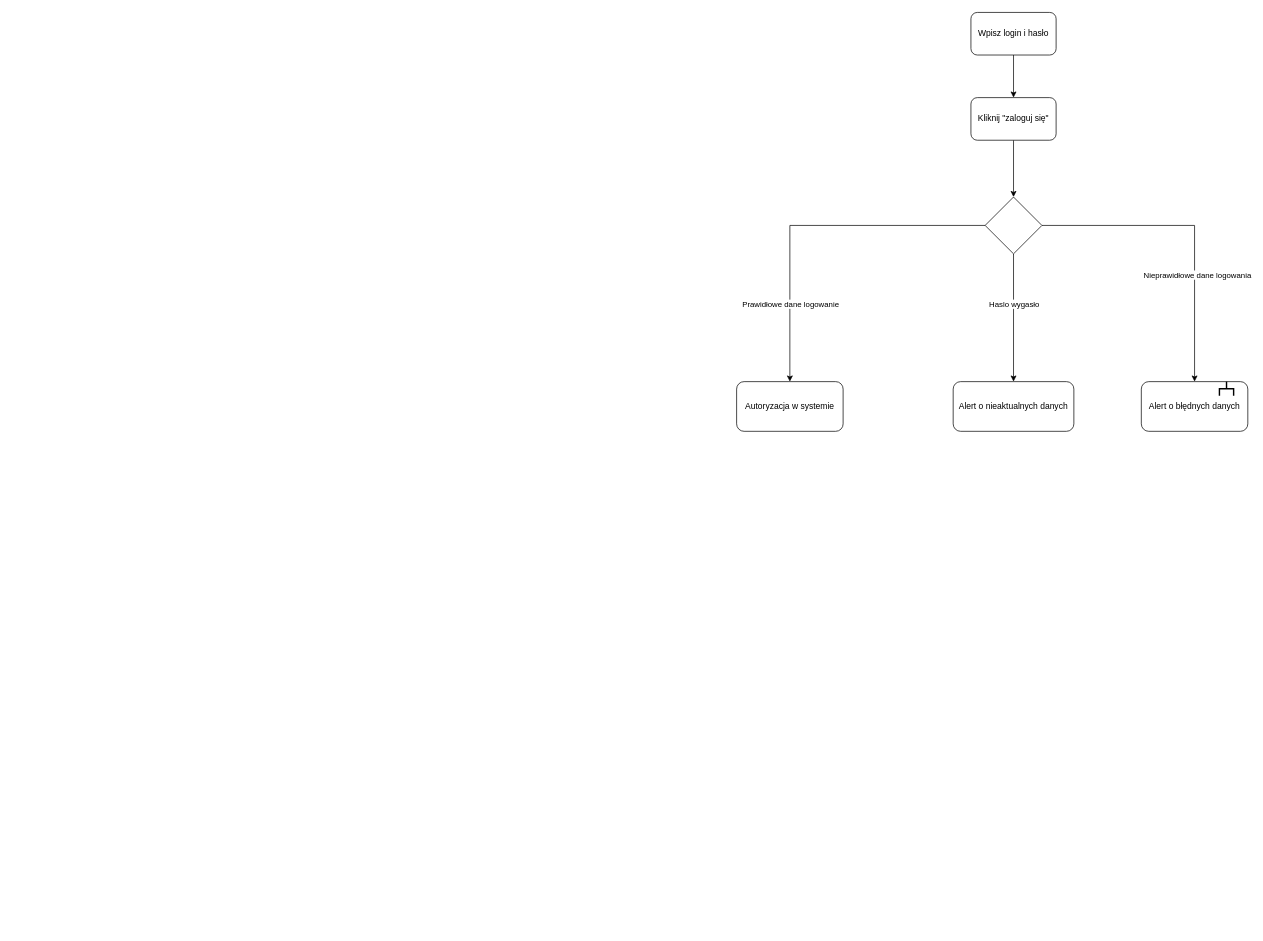
Before: koncowy_diagram czynności.drawio in JuliaZofiaCodes/ASI, a draw.io diagram. Source tidied: cells renumbered, new cells numbered last; positions are measured from the earlier drawing's top-left corner, leaving out a move shared by most shapes. Both pictures are drawn from the tidied source at 71%, with x=0, y=0 at pixel (736, 12).
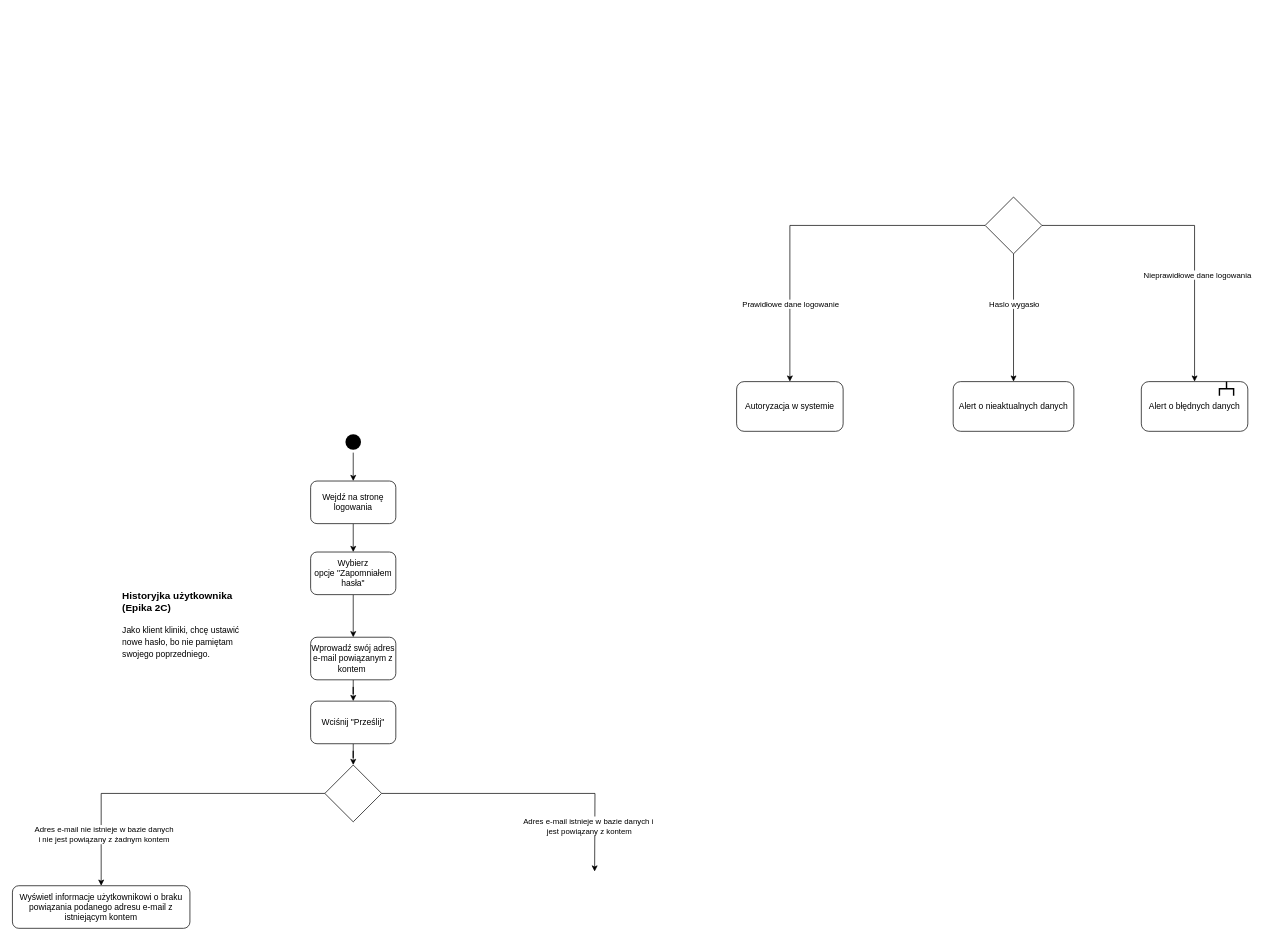
The same page after the edit.

The change refers to these unchanged cells:
```xml
<mxCell id="10" style="rhombus;whiteSpace=wrap;html=1;" parent="1" vertex="1">
  <mxGeometry x="350" y="260" width="80" height="80" as="geometry" />
</mxCell>
```

Diff of the diagram source:
```diff
@@
-    <mxCell id="2" style="edgeStyle=orthogonalEdgeStyle;rounded=0;jettySize=auto;html=1;" parent="1" edge="1" source="3" target="10">
-      <mxGeometry relative="1" as="geometry" />
-    </mxCell>
+    <mxCell id="17" style="edgeStyle=orthogonalEdgeStyle;rounded=0;jettySize=auto;html=1;" parent="1" edge="1" source="3" target="22">
+      <mxGeometry relative="1" as="geometry" />
+    </mxCell>
-    <mxCell id="3" value="Kliknij &quot;zaloguj się&quot;" style="rounded=1;whiteSpace=wrap;html=1;" parent="1" vertex="1">
-      <mxGeometry x="330" y="120" width="120" height="60" as="geometry" />
+    <mxCell id="3" value="Wprowadź swój adres e-mail&amp;nbsp;powiązanym z kontem&amp;nbsp;" style="rounded=1;whiteSpace=wrap;html=1;" parent="1" vertex="1">
+      <mxGeometry x="-600" y="880" width="120" height="60" as="geometry" />
     </mxCell>
@@
-    <mxCell id="16" value="Wpisz login i hasło" style="rounded=1;whiteSpace=wrap;html=1;" parent="1" vertex="1">
-      <mxGeometry x="330" width="120" height="60" as="geometry" />
+    <mxCell id="16" value="Wybierz opcje&amp;nbsp;&quot;Zapomniałem hasła&quot;" style="rounded=1;whiteSpace=wrap;html=1;" parent="1" vertex="1">
+      <mxGeometry x="-600" y="760" width="120" height="60" as="geometry" />
     </mxCell>
+    <mxCell id="18" value="&lt;h3&gt;Historyjka użytkownika (Epika 2C)&lt;/h3&gt;&lt;h3&gt;&lt;span style=&quot;text-indent: -18pt; background: initial; font-size: 12px; font-weight: normal; font-family: Calibri, sans-serif;&quot;&gt;Jako klient kliniki, chcę ustawić&lt;br/&gt;nowe hasło, bo nie pamiętam swojego poprzedniego.&lt;/span&gt;&lt;/h3&gt;" style="text;html=1;strokeColor=none;fillColor=none;spacing=5;spacingTop=-20;whiteSpace=wrap;overflow=hidden;rounded=0;" parent="1" vertex="1">
+      <mxGeometry x="-870" y="810" width="190" height="120" as="geometry" />
+    </mxCell>
+    <mxCell id="19" style="edgeStyle=orthogonalEdgeStyle;rounded=0;jettySize=auto;html=1;" parent="1" edge="1" source="20" target="16">
+      <mxGeometry relative="1" as="geometry" />
+    </mxCell>
+    <mxCell id="20" value="Wejdź na stronę logowania" style="rounded=1;whiteSpace=wrap;html=1;" parent="1" vertex="1">
+      <mxGeometry x="-600" y="660" width="120" height="60" as="geometry" />
+    </mxCell>
+    <mxCell id="21" style="edgeStyle=orthogonalEdgeStyle;rounded=0;jettySize=auto;html=1;" parent="1" edge="1" source="22" target="27">
+      <mxGeometry relative="1" as="geometry" />
+    </mxCell>
+    <mxCell id="22" value="Wciśnij &quot;Prześlij&quot;" style="rounded=1;whiteSpace=wrap;html=1;" parent="1" vertex="1">
+      <mxGeometry x="-600" y="970" width="120" height="60" as="geometry" />
+    </mxCell>
+    <mxCell id="23" style="edgeStyle=orthogonalEdgeStyle;rounded=0;jettySize=auto;html=1;" parent="1" edge="1" source="27">
+      <mxGeometry relative="1" as="geometry">
+        <mxPoint x="-200" y="1210" as="targetPoint" />
+      </mxGeometry>
+    </mxCell>
+    <mxCell id="24" value="Adres e-mail istnieje w bazie danych i&lt;br&gt;&amp;nbsp;jest powiązany z kontem" style="edgeLabel;html=1;align=center;verticalAlign=middle;" parent="23" vertex="1">
+      <mxGeometry x="0.57" y="-3" relative="1" as="geometry">
+        <mxPoint x="-7" y="24" as="offset" />
+      </mxGeometry>
+    </mxCell>
+    <mxCell id="25" style="edgeStyle=orthogonalEdgeStyle;rounded=0;jettySize=auto;html=1;" parent="1" edge="1" source="27" target="28">
+      <mxGeometry relative="1" as="geometry" />
+    </mxCell>
+    <mxCell id="26" value="Adres e-mail nie istnieje w bazie danych&lt;br&gt;i nie jest powiązany z żadnym kontem" style="edgeLabel;html=1;align=center;verticalAlign=middle;" parent="25" vertex="1">
+      <mxGeometry x="0.67" y="3" relative="1" as="geometry" />
+    </mxCell>
+    <mxCell id="27" style="rhombus;whiteSpace=wrap;html=1;" parent="1" vertex="1">
+      <mxGeometry x="-580" y="1060" width="80" height="80" as="geometry" />
+    </mxCell>
+    <mxCell id="28" value="Wyświetl informacje użytkownikowi o braku powiązania podanego adresu e-mail z istniejącym kontem" style="rounded=1;whiteSpace=wrap;html=1;" parent="1" vertex="1">
+      <mxGeometry x="-1020" y="1230" width="250" height="60" as="geometry" />
+    </mxCell>
+    <mxCell id="29" style="edgeStyle=orthogonalEdgeStyle;rounded=0;jettySize=auto;html=1;entryX=0.5;entryY=0;entryDx=0;entryDy=0;" parent="1" edge="1" source="30" target="20">
+      <mxGeometry relative="1" as="geometry" />
+    </mxCell>
+    <mxCell id="30" style="ellipse;html=1;shape=endState;fillColor=#000000;strokeColor=none;" parent="1" vertex="1">
+      <mxGeometry x="-555" y="590" width="30" height="30" as="geometry" />
+    </mxCell>
```
